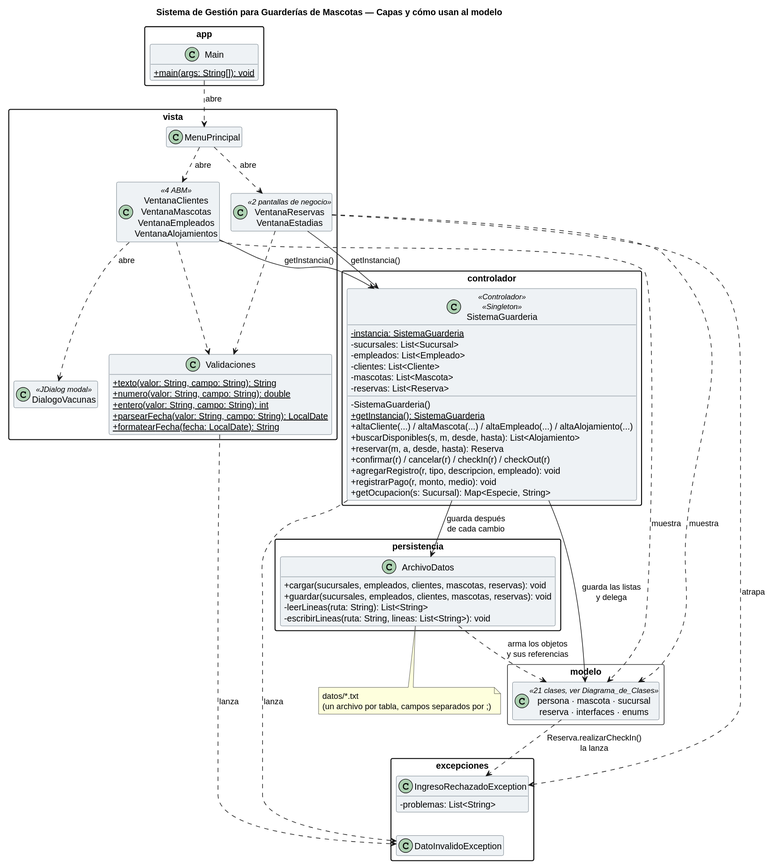
felipemassun935/clase-poo-grupo4-tn keeps this PlantUML diagram as diagrama/Diagrama_Capas.svg. Above is the earlier version. Its diagram source:
```plantuml
@startuml
!pragma layout smetana
title Sistema de Gestión para Guarderías de Mascotas — Capas y cómo usan al modelo
skinparam classAttributeIconSize 0
skinparam shadowing false
skinparam packageStyle rectangle
skinparam class {
  BackgroundColor #EEF2F5
  BorderColor #4A5A66
}
hide empty members

package "app" {
  class Main {
    + {static} main(args: String[]): void
  }
}

package "vista" {
  class MenuPrincipal
  class "VentanaClientes\nVentanaMascotas\nVentanaEmpleados\nVentanaAlojamientos" as ABM <<4 ABM>>
  class "VentanaReservas\nVentanaEstadias" as Negocio <<2 pantallas de negocio>>
  class DialogoVacunas <<JDialog modal>>
  class Validaciones {
    + {static} texto(valor: String, campo: String): String
    + {static} numero(valor: String, campo: String): double
    + {static} entero(valor: String, campo: String): int
    + {static} parsearFecha(valor: String, campo: String): LocalDate
    + {static} formatearFecha(fecha: LocalDate): String
  }
}

package "controlador" {
  class SistemaGuarderia <<Controlador>> <<Singleton>> {
    - {static} instancia: SistemaGuarderia
    - sucursales: List<Sucursal>
    - empleados: List<Empleado>
    - clientes: List<Cliente>
    - mascotas: List<Mascota>
    - reservas: List<Reserva>
    - SistemaGuarderia()
    + {static} getInstancia(): SistemaGuarderia
    + altaCliente(...) / altaMascota(...) / altaEmpleado(...) / altaAlojamiento(...)
    + buscarDisponibles(s, m, desde, hasta): List<Alojamiento>
    + reservar(m, a, desde, hasta): Reserva
    + confirmar(r) / cancelar(r) / checkIn(r) / checkOut(r)
    + agregarRegistro(r, tipo, descripcion, empleado): void
    + registrarPago(r, monto, medio): void
    + getOcupacion(s: Sucursal): Map<Especie, String>
  }
}

package "persistencia" {
  class ArchivoDatos {
    + cargar(sucursales, empleados, clientes, mascotas, reservas): void
    + guardar(sucursales, empleados, clientes, mascotas, reservas): void
    - leerLineas(ruta: String): List<String>
    - escribirLineas(ruta: String, lineas: List<String>): void
  }
}

package "excepciones" {
  class IngresoRechazadoException {
    - problemas: List<String>
  }
  class DatoInvalidoException
  IngresoRechazadoException -[hidden]- DatoInvalidoException
}

package "modelo" <<Rectangle>> {
  class "persona · mascota · sucursal\nreserva · interfaces · enums" as Modelo <<21 clases, ver Diagrama_de_Clases>>
}

note "datos/*.txt\n(un archivo por tabla, campos separados por ;)" as Archivos

Main ..> MenuPrincipal : abre
MenuPrincipal ..> ABM : abre
MenuPrincipal ..> Negocio : abre
ABM ..> DialogoVacunas : abre
ABM ..> Validaciones
Negocio ..> Validaciones

ABM --> SistemaGuarderia : getInstancia()
Negocio --> SistemaGuarderia : getInstancia()
ABM ..> Modelo : muestra
Negocio ..> Modelo : muestra

SistemaGuarderia --> Modelo : guarda las listas\ny delega
SistemaGuarderia --> ArchivoDatos : guarda después\nde cada cambio
ArchivoDatos ..> Modelo : arma los objetos\ny sus referencias
ArchivoDatos .. Archivos

Modelo ..> IngresoRechazadoException : Reserva.realizarCheckIn()\nla lanza
SistemaGuarderia ..> DatoInvalidoException : lanza
Validaciones ..> DatoInvalidoException : lanza
Negocio ..> IngresoRechazadoException : atrapa
@enduml
```
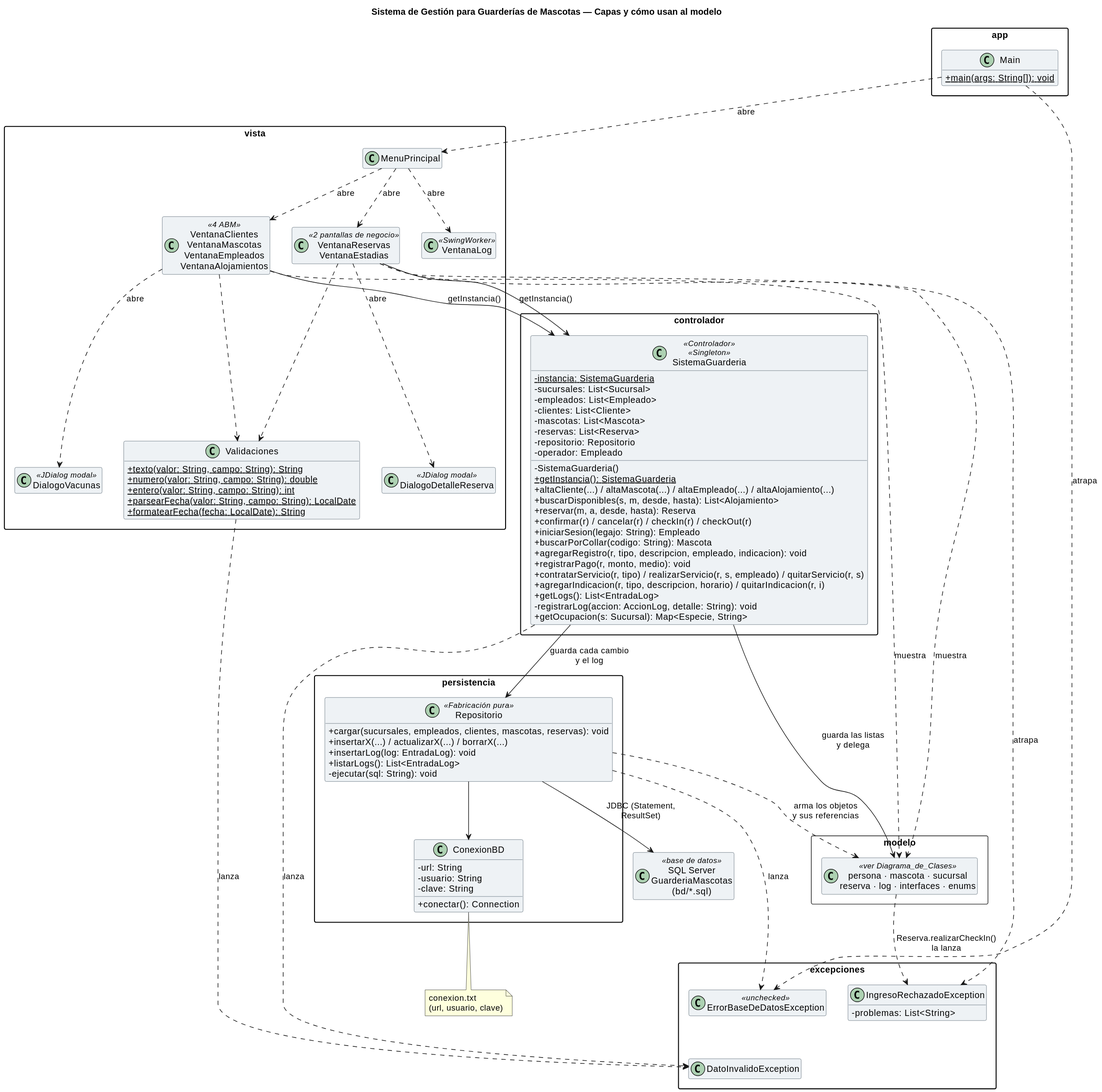
Later version of the same file.

Change to the diagram source:
```diff
@@ -1,5 +1,4 @@
 @startuml
-!pragma layout smetana
 title Sistema de Gestión para Guarderías de Mascotas — Capas y cómo usan al modelo
 skinparam classAttributeIconSize 0
 skinparam shadowing false
@@ -21,6 +20,8 @@
   class "VentanaClientes\nVentanaMascotas\nVentanaEmpleados\nVentanaAlojamientos" as ABM <<4 ABM>>
   class "VentanaReservas\nVentanaEstadias" as Negocio <<2 pantallas de negocio>>
   class DialogoVacunas <<JDialog modal>>
+  class DialogoDetalleReserva <<JDialog modal>>
+  class VentanaLog <<SwingWorker>>
   class Validaciones {
     + {static} texto(valor: String, campo: String): String
     + {static} numero(valor: String, campo: String): double
@@ -44,19 +45,35 @@
     + buscarDisponibles(s, m, desde, hasta): List<Alojamiento>
     + reservar(m, a, desde, hasta): Reserva
     + confirmar(r) / cancelar(r) / checkIn(r) / checkOut(r)
-    + agregarRegistro(r, tipo, descripcion, empleado): void
+    - repositorio: Repositorio
+    - operador: Empleado
+    + iniciarSesion(legajo: String): Empleado
+    + buscarPorCollar(codigo: String): Mascota
+    + agregarRegistro(r, tipo, descripcion, empleado, indicacion): void
     + registrarPago(r, monto, medio): void
+    + contratarServicio(r, tipo) / realizarServicio(r, s, empleado) / quitarServicio(r, s)
+    + agregarIndicacion(r, tipo, descripcion, horario) / quitarIndicacion(r, i)
+    + getLogs(): List<EntradaLog>
+    - registrarLog(accion: AccionLog, detalle: String): void
     + getOcupacion(s: Sucursal): Map<Especie, String>
   }
 }
 
 package "persistencia" {
-  class ArchivoDatos {
+  class ConexionBD {
+    - url: String
+    - usuario: String
+    - clave: String
+    + conectar(): Connection
+  }
+  class Repositorio <<Fabricación pura>> {
     + cargar(sucursales, empleados, clientes, mascotas, reservas): void
-    + guardar(sucursales, empleados, clientes, mascotas, reservas): void
-    - leerLineas(ruta: String): List<String>
-    - escribirLineas(ruta: String, lineas: List<String>): void
+    + insertarX(...) / actualizarX(...) / borrarX(...)
+    + insertarLog(log: EntradaLog): void
+    + listarLogs(): List<EntradaLog>
+    - ejecutar(sql: String): void
   }
+  Repositorio --> ConexionBD
 }
 
 package "excepciones" {
@@ -64,19 +81,23 @@
     - problemas: List<String>
   }
   class DatoInvalidoException
+  class ErrorBaseDeDatosException <<unchecked>>
   IngresoRechazadoException -[hidden]- DatoInvalidoException
 }
 
 package "modelo" <<Rectangle>> {
-  class "persona · mascota · sucursal\nreserva · interfaces · enums" as Modelo <<21 clases, ver Diagrama_de_Clases>>
+  class "persona · mascota · sucursal\nreserva · log · interfaces · enums" as Modelo <<ver Diagrama_de_Clases>>
 }
 
-note "datos/*.txt\n(un archivo por tabla, campos separados por ;)" as Archivos
+class "SQL Server\nGuarderiaMascotas\n(bd/*.sql)" as BD <<base de datos>>
+note "conexion.txt\n(url, usuario, clave)" as Archivo
 
 Main ..> MenuPrincipal : abre
 MenuPrincipal ..> ABM : abre
 MenuPrincipal ..> Negocio : abre
 ABM ..> DialogoVacunas : abre
+Negocio ..> DialogoDetalleReserva : abre
+MenuPrincipal ..> VentanaLog : abre
 ABM ..> Validaciones
 Negocio ..> Validaciones
 
@@ -86,9 +107,12 @@
 Negocio ..> Modelo : muestra
 
 SistemaGuarderia --> Modelo : guarda las listas\ny delega
-SistemaGuarderia --> ArchivoDatos : guarda después\nde cada cambio
-ArchivoDatos ..> Modelo : arma los objetos\ny sus referencias
-ArchivoDatos .. Archivos
+SistemaGuarderia --> Repositorio : guarda cada cambio\ny el log
+Repositorio ..> Modelo : arma los objetos\ny sus referencias
+ConexionBD .. Archivo
+Repositorio --> BD : JDBC (Statement,\nResultSet)
+Repositorio ..> ErrorBaseDeDatosException : lanza
+Main ..> ErrorBaseDeDatosException : atrapa
 
 Modelo ..> IngresoRechazadoException : Reserva.realizarCheckIn()\nla lanza
 SistemaGuarderia ..> DatoInvalidoException : lanza
```
